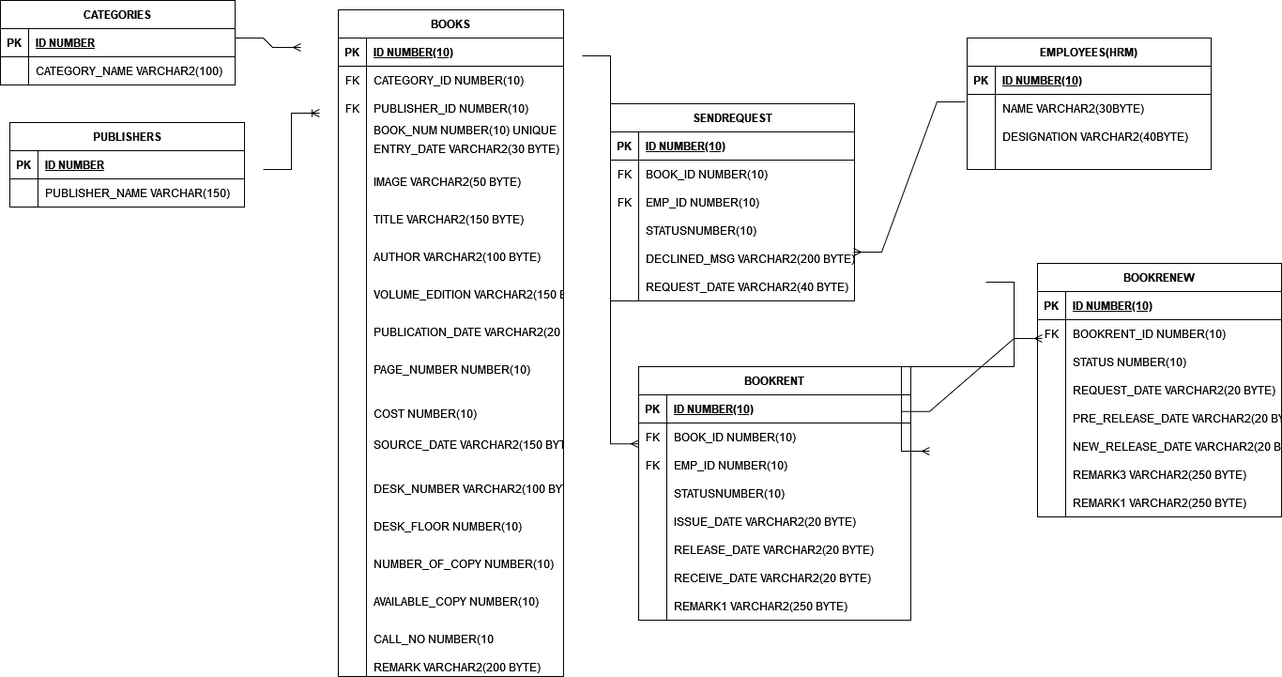
IsmayelHossen/BBA_Library_Backend keeps this draw.io diagram as Untitled Diagram.drawio.png. Above is the earlier version. Source tidied: cells renumbered, new cells last; positions are measured from the earlier drawing's top-left corner, leaving out a move shared by most shapes.
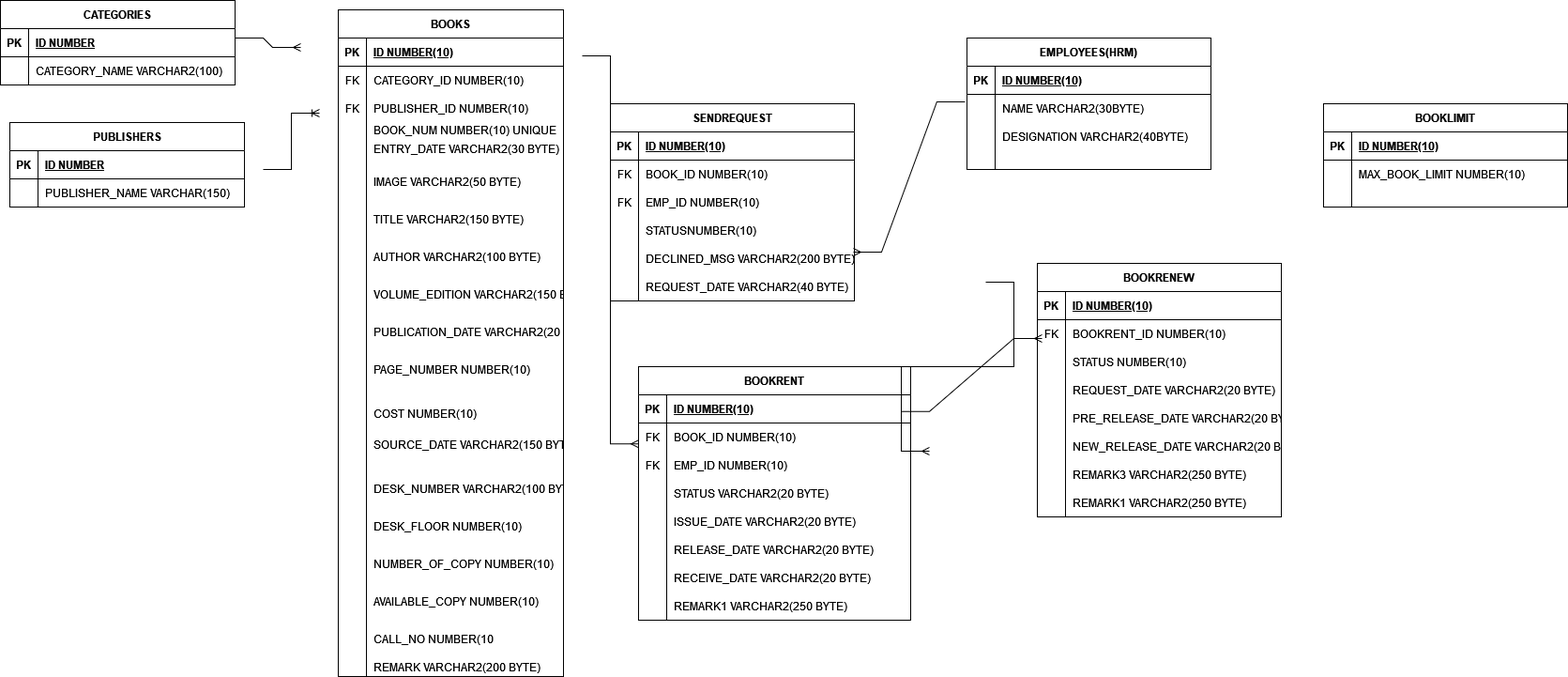
The same file after the commit.

What changed in the source:
```diff
@@ -323,7 +323,7 @@
     <mxCell id="106" style="shape=partialRectangle;fillColor=none;top=0;left=0;bottom=0;right=0;overflow=hidden;strokeColor=default;fontFamily=Helvetica;fontSize=12;fontColor=default;startSize=30;" parent="105" vertex="1">
       <mxGeometry width="30" height="30" as="geometry" />
     </mxCell>
-    <mxCell id="107" value="STATUSNUMBER(10)" style="shape=partialRectangle;fillColor=none;top=0;left=0;bottom=0;right=0;align=left;spacingLeft=6;overflow=hidden;strokeColor=default;fontFamily=Helvetica;fontSize=12;fontColor=default;startSize=30;" parent="105" vertex="1">
+    <mxCell id="107" value="STATUS VARCHAR2(20 BYTE) " style="shape=partialRectangle;fillColor=none;top=0;left=0;bottom=0;right=0;align=left;spacingLeft=6;overflow=hidden;strokeColor=default;fontFamily=Helvetica;fontSize=12;fontColor=default;startSize=30;" parent="105" vertex="1">
       <mxGeometry x="30" width="260" height="30" as="geometry" />
     </mxCell>
     <mxCell id="108" style="shape=tableRow;horizontal=0;startSize=0;swimlaneHead=0;swimlaneBody=0;fillColor=none;top=0;left=0;right=0;bottom=0;strokeColor=default;fontFamily=Helvetica;fontSize=12;fontColor=default;" parent="95" vertex="1">
@@ -497,5 +497,35 @@
         <mxPoint x="990" y="480" as="targetPoint" />
       </mxGeometry>
     </mxCell>
+    <mxCell id="162" value="BOOKLIMIT" style="shape=table;startSize=30;rowLines=0;fontStyle=1;align=center;strokeColor=default;fontFamily=Helvetica;fontSize=12;fontColor=default;fillColor=default;" parent="1" vertex="1">
+      <mxGeometry x="1410" y="110" width="260" height="110" as="geometry" />
+    </mxCell>
+    <mxCell id="163" style="shape=tableRow;horizontal=0;startSize=0;swimlaneHead=0;swimlaneBody=0;fillColor=none;top=0;left=0;right=0;bottom=1;strokeColor=default;fontFamily=Helvetica;fontSize=12;fontColor=default;" parent="162" vertex="1">
+      <mxGeometry y="30" width="260" height="30" as="geometry" />
+    </mxCell>
+    <mxCell id="164" value="PK" style="shape=partialRectangle;fillColor=none;top=0;left=0;bottom=0;right=0;fontStyle=1;overflow=hidden;strokeColor=default;fontFamily=Helvetica;fontSize=12;fontColor=default;startSize=30;" parent="163" vertex="1">
+      <mxGeometry width="30" height="30" as="geometry" />
+    </mxCell>
+    <mxCell id="165" value="ID NUMBER(10)" style="shape=partialRectangle;fillColor=none;top=0;left=0;bottom=0;right=0;align=left;spacingLeft=6;fontStyle=5;overflow=hidden;strokeColor=default;fontFamily=Helvetica;fontSize=12;fontColor=default;startSize=30;" parent="163" vertex="1">
+      <mxGeometry x="30" width="230" height="30" as="geometry" />
+    </mxCell>
+    <mxCell id="166" style="shape=tableRow;horizontal=0;startSize=0;swimlaneHead=0;swimlaneBody=0;fillColor=none;top=0;left=0;right=0;bottom=0;strokeColor=default;fontFamily=Helvetica;fontSize=12;fontColor=default;" parent="162" vertex="1">
+      <mxGeometry y="60" width="260" height="30" as="geometry" />
+    </mxCell>
+    <mxCell id="167" style="shape=partialRectangle;fillColor=none;top=0;left=0;bottom=0;right=0;overflow=hidden;strokeColor=default;fontFamily=Helvetica;fontSize=12;fontColor=default;startSize=30;" parent="166" vertex="1">
+      <mxGeometry width="30" height="30" as="geometry" />
+    </mxCell>
+    <mxCell id="168" value="MAX_BOOK_LIMIT NUMBER(10)" style="shape=partialRectangle;fillColor=none;top=0;left=0;bottom=0;right=0;align=left;spacingLeft=6;overflow=hidden;strokeColor=default;fontFamily=Helvetica;fontSize=12;fontColor=default;startSize=30;" parent="166" vertex="1">
+      <mxGeometry x="30" width="230" height="30" as="geometry" />
+    </mxCell>
+    <mxCell id="169" style="shape=tableRow;horizontal=0;startSize=0;swimlaneHead=0;swimlaneBody=0;fillColor=none;top=0;left=0;right=0;bottom=0;strokeColor=default;fontFamily=Helvetica;fontSize=12;fontColor=default;" parent="162" vertex="1">
+      <mxGeometry y="90" width="260" height="20" as="geometry" />
+    </mxCell>
+    <mxCell id="170" style="shape=partialRectangle;fillColor=none;top=0;left=0;bottom=0;right=0;overflow=hidden;strokeColor=default;fontFamily=Helvetica;fontSize=12;fontColor=default;startSize=30;" parent="169" vertex="1">
+      <mxGeometry width="30" height="20" as="geometry" />
+    </mxCell>
+    <mxCell id="171" style="shape=partialRectangle;fillColor=none;top=0;left=0;bottom=0;right=0;align=left;spacingLeft=6;overflow=hidden;strokeColor=default;fontFamily=Helvetica;fontSize=12;fontColor=default;startSize=30;" parent="169" vertex="1">
+      <mxGeometry x="30" width="230" height="20" as="geometry" />
+    </mxCell>
   </root>
 </mxGraphModel>
```
